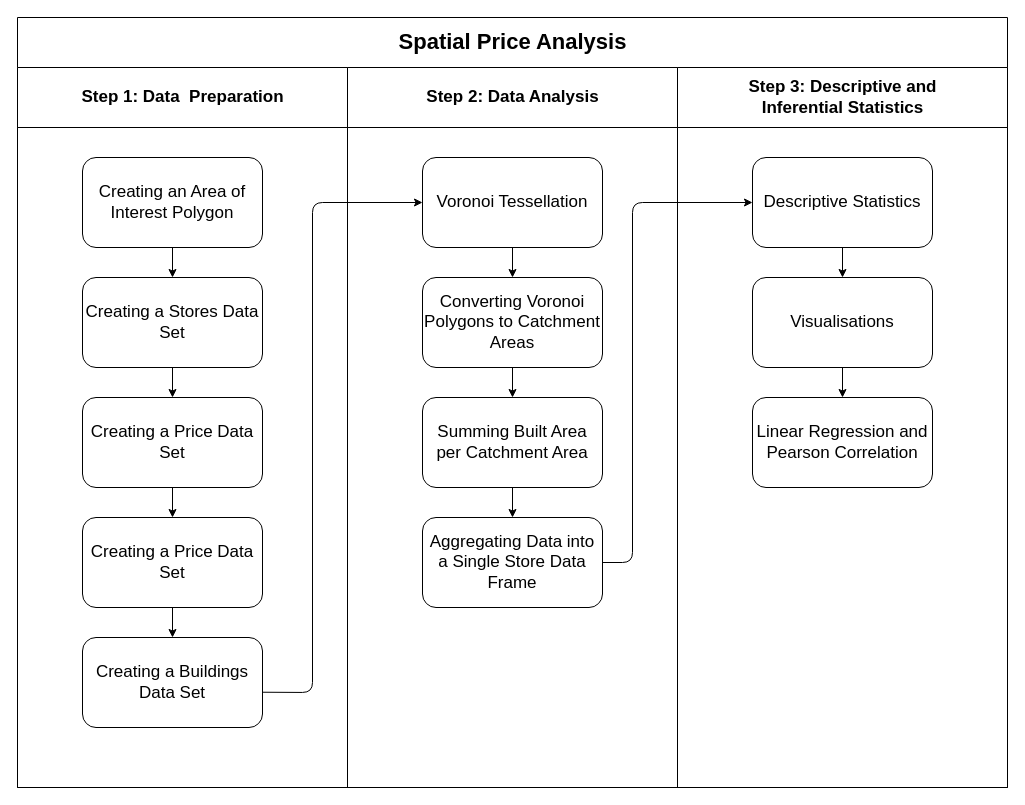
Earlier version of the draw.io diagram plots/flowchartRaw.drawio (jonathangat/SpatialPriceAnalysis). Source tidied: cells renumbered, new cells numbered last; positions are measured from the earlier drawing's top-left corner, leaving out a move shared by most shapes. Both pictures are drawn from the tidied source at 100%, with x=0, y=0 at pixel (17, 17).
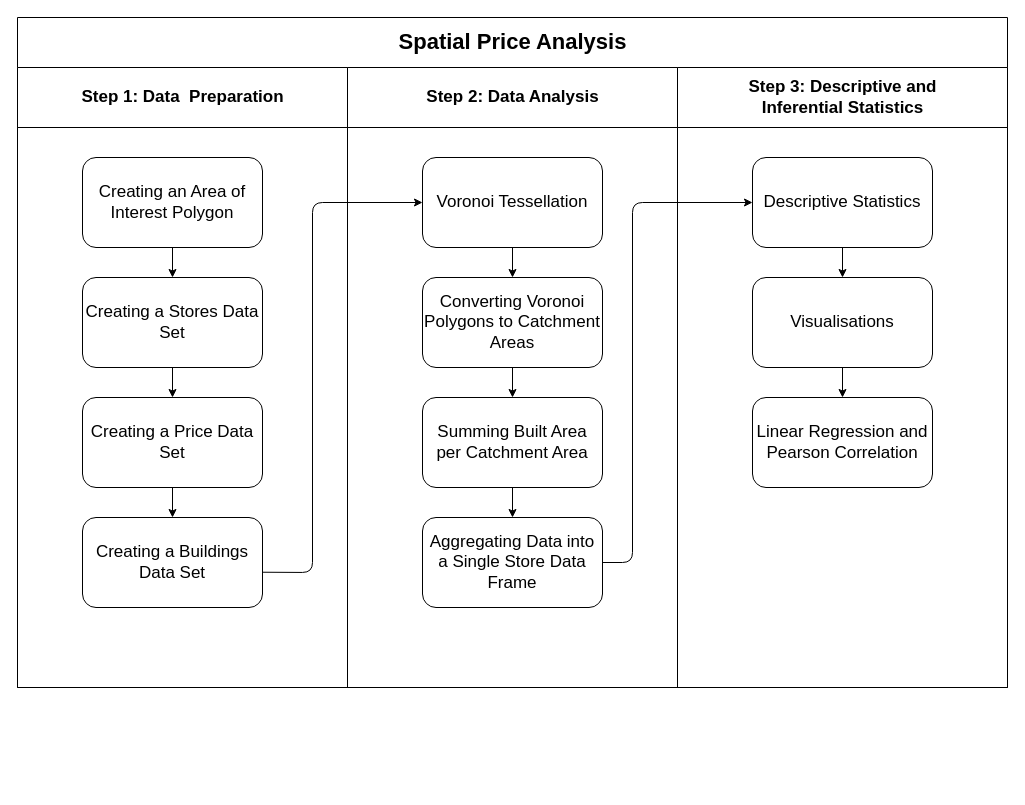
The same page after the edit.

Unchanged cells that the change refers to:
```xml
<mxCell id="6" value="Creating a Price Data Set" style="rounded=1;whiteSpace=wrap;html=1;fontFamily=Helvetica;fontSize=17;" parent="3" vertex="1">
  <mxGeometry x="65" y="330" width="180" height="90" as="geometry" />
</mxCell>
<mxCell id="14" value="Voronoi Tessellation" style="rounded=1;whiteSpace=wrap;html=1;fontFamily=Helvetica;fontSize=17;" parent="13" vertex="1">
  <mxGeometry x="75" y="90" width="180" height="90" as="geometry" />
</mxCell>
```

The edit, as a diff of the source:
```diff
@@
     <mxCell id="2" value="Spatial Price Analysis" style="swimlane;html=1;startSize=50;fontFamily=Helvetica;fontSize=22;" parent="1" vertex="1">
-      <mxGeometry width="990" height="770" as="geometry" />
+      <mxGeometry width="990" height="670" as="geometry" />
     </mxCell>
     <mxCell id="3" value="Step 1: Data&amp;nbsp; Preparation" style="swimlane;html=1;startSize=60;fontSize=17;" parent="2" vertex="1">
-      <mxGeometry y="50" width="330" height="720" as="geometry" />
+      <mxGeometry y="50" width="330" height="620" as="geometry" />
     </mxCell>
@@
-    <mxCell id="7" value="Creating a Price Data Set" style="rounded=1;whiteSpace=wrap;html=1;fontFamily=Helvetica;fontSize=17;" parent="3" vertex="1">
-      <mxGeometry x="65" y="450" width="180" height="90" as="geometry" />
-    </mxCell>
     <mxCell id="8" value="Creating a Buildings Data Set" style="rounded=1;whiteSpace=wrap;html=1;fontFamily=Helvetica;fontSize=17;" parent="3" vertex="1">
-      <mxGeometry x="65" y="570" width="180" height="90" as="geometry" />
+      <mxGeometry x="65" y="450" width="180" height="90" as="geometry" />
     </mxCell>
@@
-    <mxCell id="11" style="endArrow=classic;html=1;fontFamily=Helvetica;fontSize=17;" parent="3" edge="1" source="6" target="7">
-      <mxGeometry relative="1" as="geometry" />
-    </mxCell>
-    <mxCell id="12" style="endArrow=classic;html=1;fontFamily=Helvetica;fontSize=17;" parent="3" edge="1" source="7" target="8">
-      <mxGeometry relative="1" as="geometry" />
-    </mxCell>
+    <mxCell id="29" style="endArrow=classic;html=1;" parent="3" edge="1" source="6" target="8">
+      <mxGeometry relative="1" as="geometry" />
+    </mxCell>
     <mxCell id="13" value="Step 2: Data Analysis" style="swimlane;html=1;startSize=60;fontSize=17;" parent="2" vertex="1">
-      <mxGeometry x="330" y="50" width="330" height="720" as="geometry" />
+      <mxGeometry x="330" y="50" width="330" height="620" as="geometry" />
     </mxCell>
@@
     <mxCell id="21" value="&lt;div&gt;Step 3: Descriptive and&lt;/div&gt;&lt;div&gt; Inferential Statistics&lt;/div&gt;" style="swimlane;html=1;startSize=60;fontSize=17;" parent="2" vertex="1">
-      <mxGeometry x="660" y="50" width="330" height="720" as="geometry" />
+      <mxGeometry x="660" y="50" width="330" height="620" as="geometry" />
     </mxCell>
@@
     <mxCell id="27" style="endArrow=classic;html=1;fontFamily=Helvetica;fontSize=17;exitX=0.999;exitY=0.608;exitDx=0;exitDy=0;exitPerimeter=0;" parent="2" edge="1" source="8" target="14">
       <mxGeometry relative="1" as="geometry">
         <Array as="points">
-          <mxPoint x="295" y="675" />
+          <mxPoint x="295" y="555" />
           <mxPoint x="295" y="185" />
         </Array>
       </mxGeometry>
     </mxCell>
```
